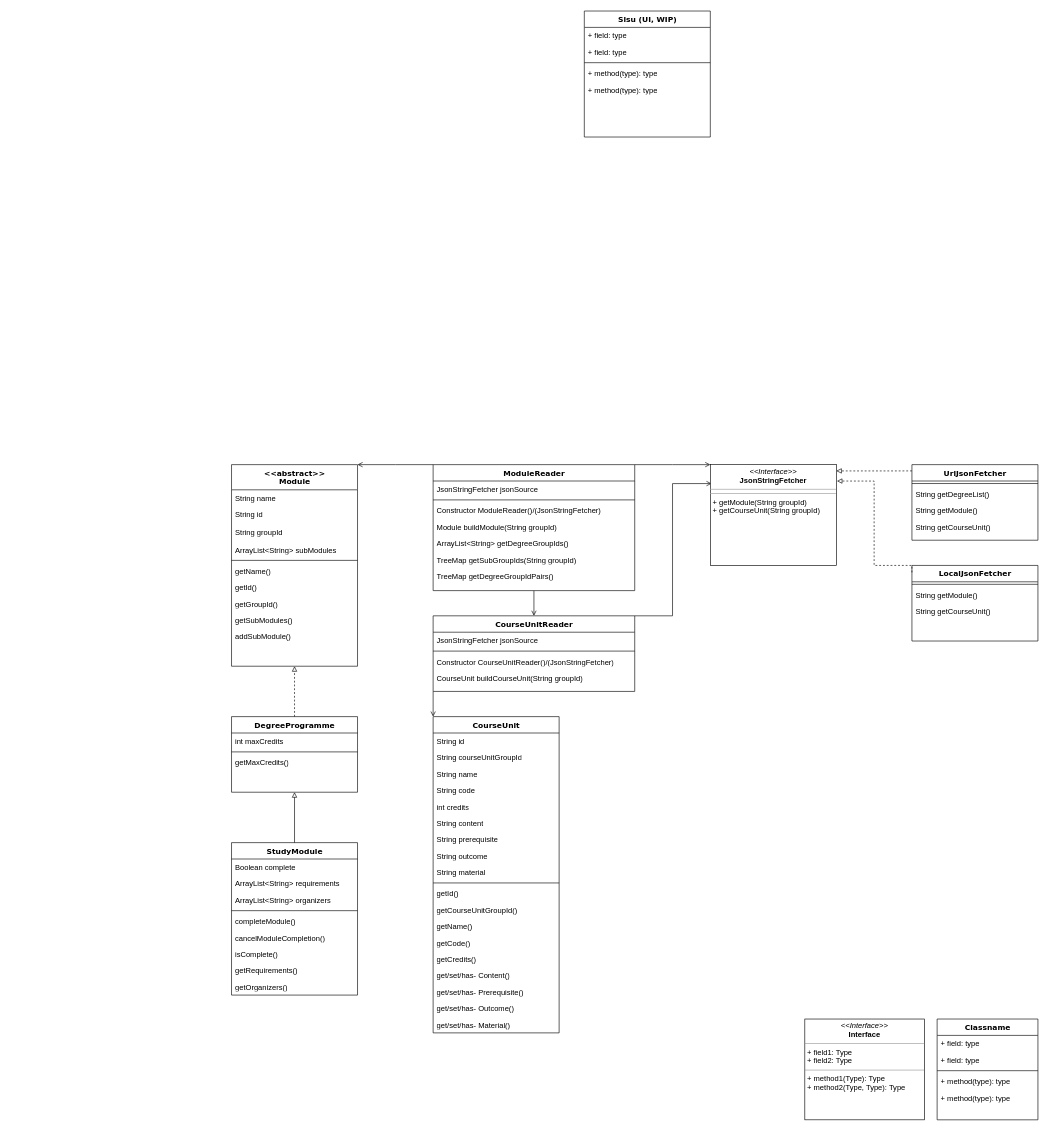
The draw.io diagram ClassDiagram.drawio in hasub0b/BetterSisu, before the edit. Source tidied: cells renumbered, new cells numbered last; positions are measured from the earlier drawing's top-left corner, leaving out a move shared by most shapes. Both pictures are drawn from the tidied source at 63%, with x=0, y=0 at pixel (231, 11).
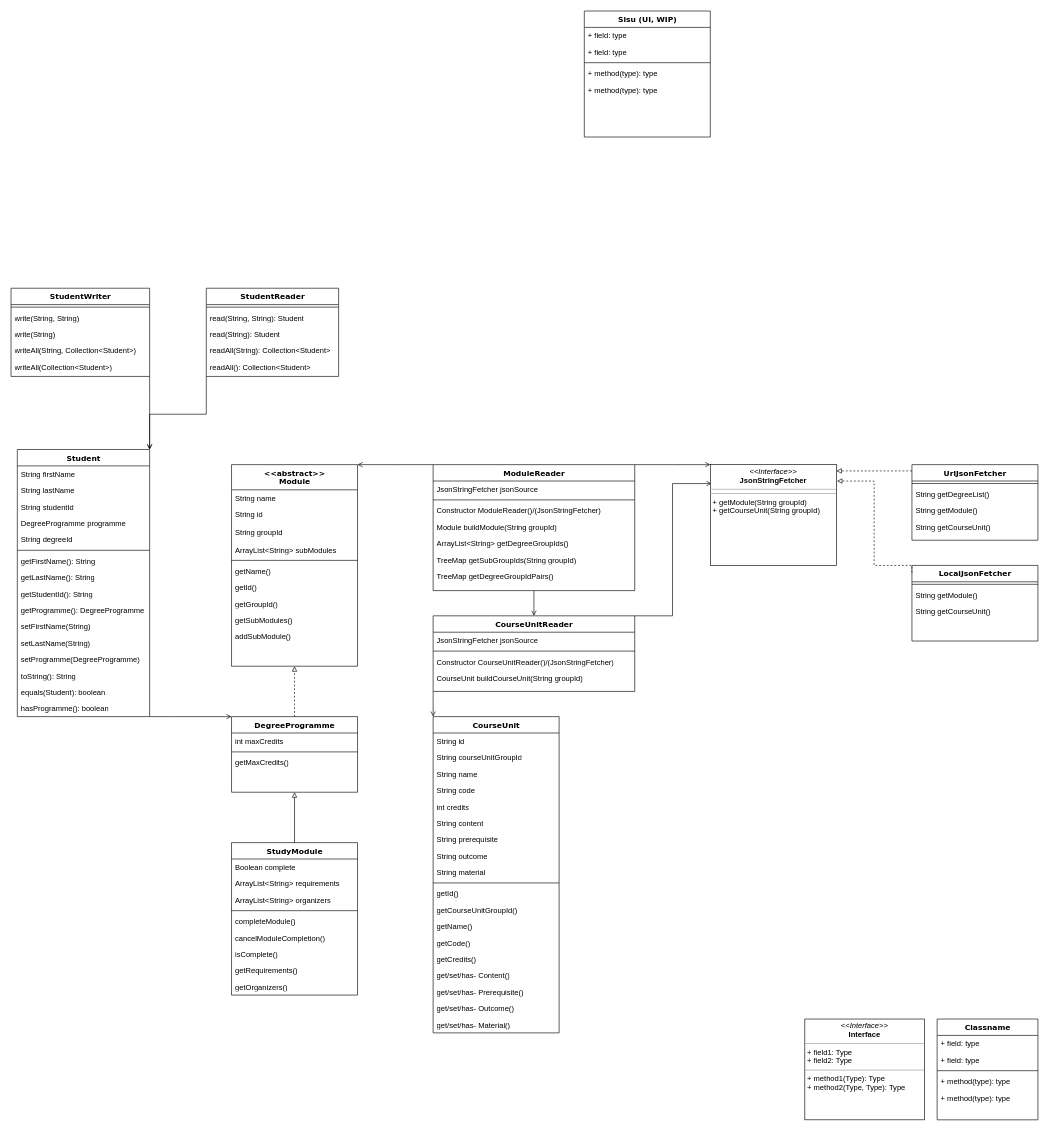
The same page after the edit.

Commit message:
add Student-related classes to diagram

The change refers to these unchanged cells:
```xml
<mxCell id="21" value="DegreeProgramme" style="swimlane;html=1;fontStyle=1;align=center;verticalAlign=top;horizontal=1;startSize=26;swimlaneFillColor=#ffffff;rounded=0;shadow=0;comic=0;labelBackgroundColor=none;strokeWidth=1;fillColor=none;fontFamily=Verdana;fontSize=12;" parent="1" vertex="1">
  <mxGeometry y="1120" width="200" height="120" as="geometry" />
</mxCell>
```

What changed in the source:
```diff
@@
+    <mxCell id="92" value="Student" style="swimlane;html=1;fontStyle=1;align=center;verticalAlign=top;horizontal=1;startSize=26;swimlaneFillColor=#ffffff;rounded=0;shadow=0;comic=0;labelBackgroundColor=none;strokeWidth=1;fillColor=none;fontFamily=Verdana;fontSize=12;" parent="1" vertex="1">
+      <mxGeometry x="-340" y="696" width="210" height="424" as="geometry" />
+    </mxCell>
+    <mxCell id="93" value="String firstName" style="text;html=1;strokeColor=none;fillColor=none;align=left;verticalAlign=top;spacingLeft=4;spacingRight=4;whiteSpace=wrap;overflow=hidden;" parent="92" vertex="1">
+      <mxGeometry y="26" width="210" height="26" as="geometry" />
+    </mxCell>
+    <mxCell id="94" value="String lastName" style="text;html=1;strokeColor=none;fillColor=none;align=left;verticalAlign=top;spacingLeft=4;spacingRight=4;whiteSpace=wrap;overflow=hidden;" parent="92" vertex="1">
+      <mxGeometry y="52" width="210" height="26" as="geometry" />
+    </mxCell>
+    <mxCell id="95" value="String studentId" style="text;html=1;strokeColor=none;fillColor=none;align=left;verticalAlign=top;spacingLeft=4;spacingRight=4;whiteSpace=wrap;overflow=hidden;" parent="92" vertex="1">
+      <mxGeometry y="78" width="210" height="26" as="geometry" />
+    </mxCell>
+    <mxCell id="96" value="DegreeProgramme programme" style="text;html=1;strokeColor=none;fillColor=none;align=left;verticalAlign=top;spacingLeft=4;spacingRight=4;whiteSpace=wrap;overflow=hidden;" parent="92" vertex="1">
+      <mxGeometry y="104" width="210" height="26" as="geometry" />
+    </mxCell>
+    <mxCell id="97" value="String degreeId" style="text;html=1;strokeColor=none;fillColor=none;align=left;verticalAlign=top;spacingLeft=4;spacingRight=4;whiteSpace=wrap;overflow=hidden;" parent="92" vertex="1">
+      <mxGeometry y="130" width="210" height="26" as="geometry" />
+    </mxCell>
+    <mxCell id="98" style="line;html=1;strokeWidth=1;fillColor=none;align=left;verticalAlign=middle;spacingTop=-1;spacingLeft=3;spacingRight=3;labelPosition=right;" parent="92" vertex="1">
+      <mxGeometry y="156" width="210" height="8" as="geometry" />
+    </mxCell>
+    <mxCell id="99" value="getFirstName(): String" style="text;html=1;strokeColor=none;fillColor=none;align=left;verticalAlign=top;spacingLeft=4;spacingRight=4;whiteSpace=wrap;overflow=hidden;" parent="92" vertex="1">
+      <mxGeometry y="164" width="210" height="26" as="geometry" />
+    </mxCell>
+    <mxCell id="100" value="getLastName(): String" style="text;html=1;strokeColor=none;fillColor=none;align=left;verticalAlign=top;spacingLeft=4;spacingRight=4;whiteSpace=wrap;overflow=hidden;" parent="92" vertex="1">
+      <mxGeometry y="190" width="210" height="26" as="geometry" />
+    </mxCell>
+    <mxCell id="101" value="getStudentId(): String" style="text;html=1;strokeColor=none;fillColor=none;align=left;verticalAlign=top;spacingLeft=4;spacingRight=4;whiteSpace=wrap;overflow=hidden;" parent="92" vertex="1">
+      <mxGeometry y="216" width="210" height="26" as="geometry" />
+    </mxCell>
+    <mxCell id="102" value="getProgramme(): DegreeProgramme" style="text;html=1;strokeColor=none;fillColor=none;align=left;verticalAlign=top;spacingLeft=4;spacingRight=4;whiteSpace=wrap;overflow=hidden;" parent="92" vertex="1">
+      <mxGeometry y="242" width="210" height="26" as="geometry" />
+    </mxCell>
+    <mxCell id="103" value="setFirstName(String)" style="text;html=1;strokeColor=none;fillColor=none;align=left;verticalAlign=top;spacingLeft=4;spacingRight=4;whiteSpace=wrap;overflow=hidden;" parent="92" vertex="1">
+      <mxGeometry y="268" width="210" height="26" as="geometry" />
+    </mxCell>
+    <mxCell id="104" value="setLastName(String)" style="text;html=1;strokeColor=none;fillColor=none;align=left;verticalAlign=top;spacingLeft=4;spacingRight=4;whiteSpace=wrap;overflow=hidden;" parent="92" vertex="1">
+      <mxGeometry y="294" width="210" height="26" as="geometry" />
+    </mxCell>
+    <mxCell id="105" value="setProgramme(DegreeProgramme)" style="text;html=1;strokeColor=none;fillColor=none;align=left;verticalAlign=top;spacingLeft=4;spacingRight=4;whiteSpace=wrap;overflow=hidden;" parent="92" vertex="1">
+      <mxGeometry y="320" width="210" height="26" as="geometry" />
+    </mxCell>
+    <mxCell id="106" value="toString(): String" style="text;html=1;strokeColor=none;fillColor=none;align=left;verticalAlign=top;spacingLeft=4;spacingRight=4;whiteSpace=wrap;overflow=hidden;" parent="92" vertex="1">
+      <mxGeometry y="346" width="210" height="26" as="geometry" />
+    </mxCell>
+    <mxCell id="107" value="equals(Student): boolean" style="text;html=1;strokeColor=none;fillColor=none;align=left;verticalAlign=top;spacingLeft=4;spacingRight=4;whiteSpace=wrap;overflow=hidden;" parent="92" vertex="1">
+      <mxGeometry y="372" width="210" height="26" as="geometry" />
+    </mxCell>
+    <mxCell id="108" value="hasProgramme(): boolean" style="text;html=1;strokeColor=none;fillColor=none;align=left;verticalAlign=top;spacingLeft=4;spacingRight=4;whiteSpace=wrap;overflow=hidden;" parent="92" vertex="1">
+      <mxGeometry y="398" width="210" height="26" as="geometry" />
+    </mxCell>
+    <mxCell id="109" style="edgeStyle=orthogonalEdgeStyle;rounded=0;jettySize=auto;html=1;entryX=0;entryY=0;entryDx=0;entryDy=0;endArrow=open;endFill=0;" parent="1" edge="1" target="21">
+      <mxGeometry relative="1" as="geometry">
+        <mxPoint x="-130" y="1120" as="sourcePoint" />
+        <Array as="points">
+          <mxPoint x="-90" y="1120" />
+          <mxPoint x="-90" y="1120" />
+        </Array>
+      </mxGeometry>
+    </mxCell>
+    <mxCell id="110" value="StudentReader" style="swimlane;html=1;fontStyle=1;align=center;verticalAlign=top;horizontal=1;startSize=26;swimlaneFillColor=#ffffff;rounded=0;shadow=0;comic=0;labelBackgroundColor=none;strokeWidth=1;fillColor=none;fontFamily=Verdana;fontSize=12;" parent="1" vertex="1">
+      <mxGeometry x="-40" y="440" width="210" height="140" as="geometry" />
+    </mxCell>
+    <mxCell id="111" style="line;html=1;strokeWidth=1;fillColor=none;align=left;verticalAlign=middle;spacingTop=-1;spacingLeft=3;spacingRight=3;labelPosition=right;" parent="110" vertex="1">
+      <mxGeometry y="26" width="210" height="8" as="geometry" />
+    </mxCell>
+    <mxCell id="112" value="read(String, String): Student" style="text;html=1;strokeColor=none;fillColor=none;align=left;verticalAlign=top;spacingLeft=4;spacingRight=4;whiteSpace=wrap;overflow=hidden;" parent="110" vertex="1">
+      <mxGeometry y="34" width="210" height="26" as="geometry" />
+    </mxCell>
+    <mxCell id="113" value="read(String): Student" style="text;html=1;strokeColor=none;fillColor=none;align=left;verticalAlign=top;spacingLeft=4;spacingRight=4;whiteSpace=wrap;overflow=hidden;" parent="110" vertex="1">
+      <mxGeometry y="60" width="210" height="26" as="geometry" />
+    </mxCell>
+    <mxCell id="114" value="readAll(String): Collection&amp;lt;Student&amp;gt;" style="text;html=1;strokeColor=none;fillColor=none;align=left;verticalAlign=top;spacingLeft=4;spacingRight=4;whiteSpace=wrap;overflow=hidden;" parent="110" vertex="1">
+      <mxGeometry y="86" width="210" height="26" as="geometry" />
+    </mxCell>
+    <mxCell id="115" value="readAll(): Collection&amp;lt;Student&amp;gt;" style="text;html=1;strokeColor=none;fillColor=none;align=left;verticalAlign=top;spacingLeft=4;spacingRight=4;whiteSpace=wrap;overflow=hidden;" parent="110" vertex="1">
+      <mxGeometry y="112" width="210" height="26" as="geometry" />
+    </mxCell>
+    <mxCell id="116" value="StudentWriter" style="swimlane;html=1;fontStyle=1;align=center;verticalAlign=top;horizontal=1;startSize=26;swimlaneFillColor=#ffffff;rounded=0;shadow=0;comic=0;labelBackgroundColor=none;strokeWidth=1;fillColor=none;fontFamily=Verdana;fontSize=12;" parent="1" vertex="1">
+      <mxGeometry x="-350" y="440" width="220" height="140" as="geometry" />
+    </mxCell>
+    <mxCell id="117" style="line;html=1;strokeWidth=1;fillColor=none;align=left;verticalAlign=middle;spacingTop=-1;spacingLeft=3;spacingRight=3;labelPosition=right;" parent="116" vertex="1">
+      <mxGeometry y="26" width="220" height="8" as="geometry" />
+    </mxCell>
+    <mxCell id="118" value="write(String, String)" style="text;html=1;strokeColor=none;fillColor=none;align=left;verticalAlign=top;spacingLeft=4;spacingRight=4;whiteSpace=wrap;overflow=hidden;" parent="116" vertex="1">
+      <mxGeometry y="34" width="220" height="26" as="geometry" />
+    </mxCell>
+    <mxCell id="119" value="write(String)" style="text;html=1;strokeColor=none;fillColor=none;align=left;verticalAlign=top;spacingLeft=4;spacingRight=4;whiteSpace=wrap;overflow=hidden;" parent="116" vertex="1">
+      <mxGeometry y="60" width="220" height="26" as="geometry" />
+    </mxCell>
+    <mxCell id="120" value="writeAll(String, Collection&amp;lt;Student&amp;gt;)" style="text;html=1;strokeColor=none;fillColor=none;align=left;verticalAlign=top;spacingLeft=4;spacingRight=4;whiteSpace=wrap;overflow=hidden;" parent="116" vertex="1">
+      <mxGeometry y="86" width="220" height="26" as="geometry" />
+    </mxCell>
+    <mxCell id="121" value="writeAll(Collection&amp;lt;Student&amp;gt;)" style="text;html=1;strokeColor=none;fillColor=none;align=left;verticalAlign=top;spacingLeft=4;spacingRight=4;whiteSpace=wrap;overflow=hidden;" parent="116" vertex="1">
+      <mxGeometry y="112" width="220" height="26" as="geometry" />
+    </mxCell>
+    <mxCell id="122" style="edgeStyle=orthogonalEdgeStyle;rounded=0;jettySize=auto;html=1;entryX=1;entryY=0;entryDx=0;entryDy=0;endArrow=open;endFill=0;exitX=1;exitY=1;exitDx=0;exitDy=0;" parent="1" edge="1" source="116" target="92">
+      <mxGeometry relative="1" as="geometry">
+        <Array as="points">
+          <mxPoint x="-130" y="610" />
+          <mxPoint x="-130" y="610" />
+        </Array>
+      </mxGeometry>
+    </mxCell>
+    <mxCell id="123" style="edgeStyle=orthogonalEdgeStyle;rounded=0;jettySize=auto;html=1;endArrow=open;endFill=0;exitX=0;exitY=1;exitDx=0;exitDy=0;entryX=1;entryY=0;entryDx=0;entryDy=0;" parent="1" edge="1" source="110" target="92">
+      <mxGeometry relative="1" as="geometry">
+        <Array as="points">
+          <mxPoint x="-40" y="640" />
+          <mxPoint x="-130" y="640" />
+        </Array>
+      </mxGeometry>
+    </mxCell>
```
